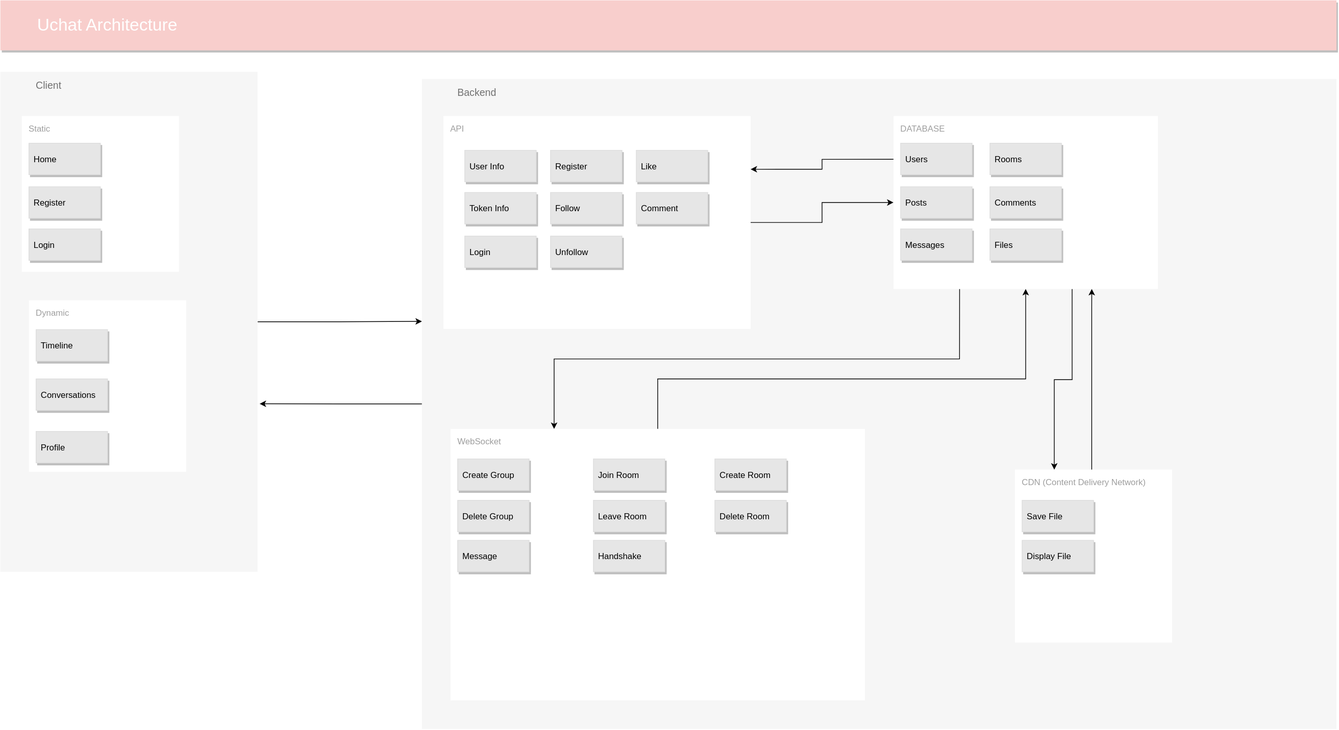
UchatOrg/guideline keeps this draw.io diagram as diagram/diagram.svg. Above is the earlier version. Source tidied: cells renumbered, new cells last; positions are measured from the earlier drawing's top-left corner, leaving out a move shared by most shapes.
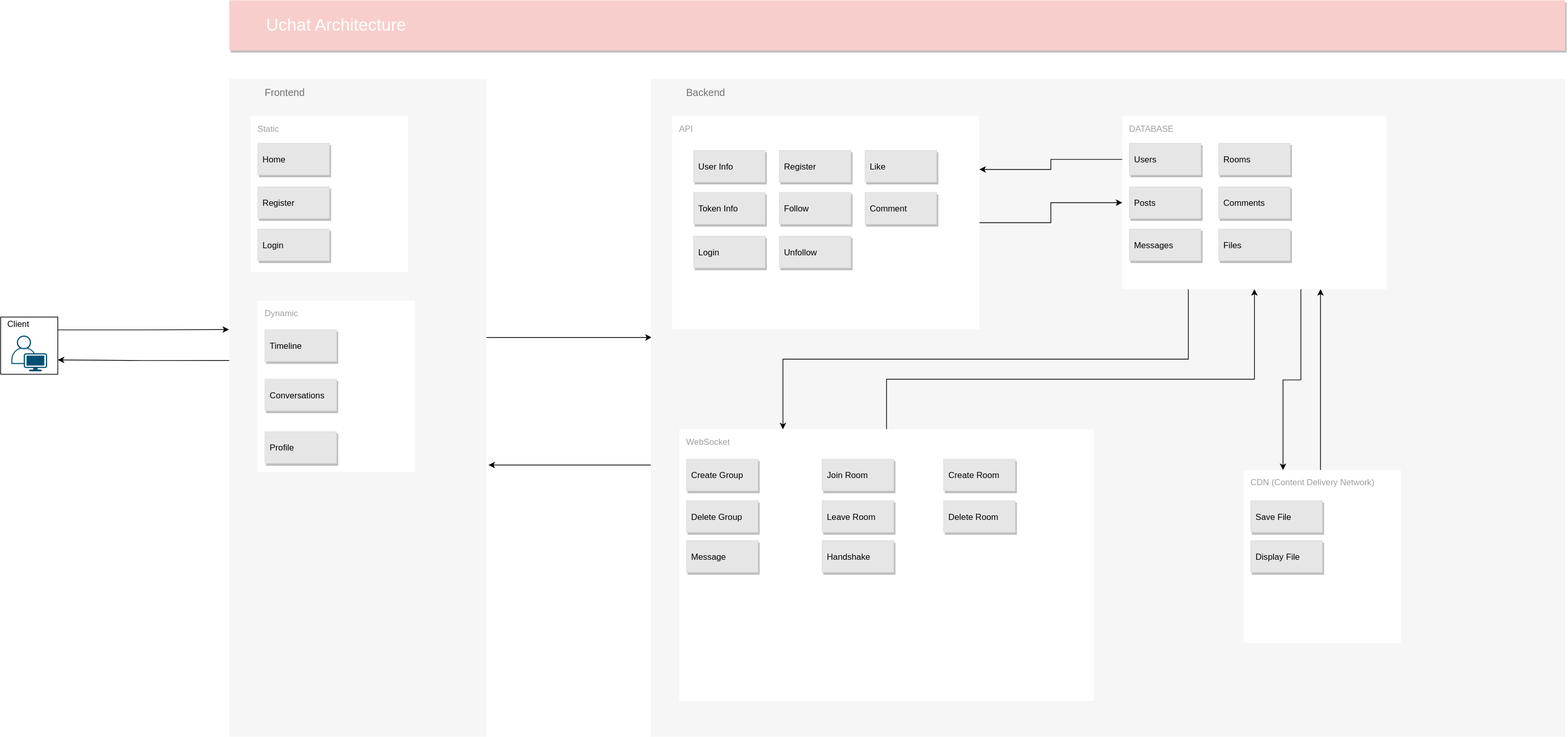
Above is the later version.

Diff of the diagram source:
```diff
@@ -5,7 +5,7 @@
     <mxCell id="2" value="&lt;font style=&quot;font-size: 24px&quot;&gt;Uchat Architecture&lt;/font&gt;" style="fillColor=#F8CECC;strokeColor=none;shadow=1;gradientColor=none;fontSize=14;align=left;spacingLeft=50;fontColor=#ffffff;html=1;" parent="1" vertex="1">
       <mxGeometry width="1870" height="70" as="geometry" />
     </mxCell>
-    <mxCell id="3" style="edgeStyle=orthogonalEdgeStyle;rounded=0;jettySize=auto;html=1;exitX=1;exitY=0.5;exitDx=0;exitDy=0;entryX=0;entryY=0.5;entryDx=0;entryDy=0;" parent="1" edge="1" source="x">
+    <mxCell id="3" style="edgeStyle=orthogonalEdgeStyle;rounded=0;orthogonalLoop=1;jettySize=auto;html=1;exitX=1;exitY=0.5;exitDx=0;exitDy=0;entryX=0;entryY=0.5;entryDx=0;entryDy=0;" parent="1" edge="1">
       <mxGeometry relative="1" as="geometry">
         <mxPoint x="270" y="270" as="targetPoint" />
         <Array as="points">
@@ -16,17 +16,29 @@
         </Array>
       </mxGeometry>
     </mxCell>
-    <mxCell id="4" style="edgeStyle=orthogonalEdgeStyle;rounded=0;jettySize=auto;html=1;entryX=0;entryY=0.373;entryDx=0;entryDy=0;entryPerimeter=0;" parent="1" edge="1" source="5" target="7">
-      <mxGeometry relative="1" as="geometry" />
+    <mxCell id="4" style="edgeStyle=orthogonalEdgeStyle;rounded=0;jettySize=auto;html=1;entryX=0.001;entryY=0.393;entryDx=0;entryDy=0;entryPerimeter=0;" parent="1" edge="1" source="5" target="7">
+      <mxGeometry relative="1" as="geometry">
+        <Array as="points">
+          <mxPoint x="370" y="472" />
+        </Array>
+      </mxGeometry>
     </mxCell>
+    <mxCell id="50" style="edgeStyle=orthogonalEdgeStyle;rounded=0;jettySize=auto;html=1;exitX=0;exitY=0.428;exitDx=0;exitDy=0;entryX=1;entryY=0.75;entryDx=0;entryDy=0;exitPerimeter=0;" parent="1" edge="1" source="5" target="52">
+      <mxGeometry relative="1" as="geometry" />
+    </mxCell>
-    <mxCell id="5" value="Client" style="fillColor=#F6F6F6;strokeColor=none;shadow=0;gradientColor=none;fontSize=14;align=left;spacing=10;fontColor=#717171;9E9E9E;verticalAlign=top;spacingTop=-4;fontStyle=0;spacingLeft=40;html=1;" parent="1" vertex="1">
-      <mxGeometry y="100" width="360" height="700" as="geometry" />
+    <mxCell id="5" value="Frontend" style="fillColor=#F6F6F6;strokeColor=none;shadow=0;gradientColor=none;fontSize=14;align=left;spacing=10;fontColor=#717171;9E9E9E;verticalAlign=top;spacingTop=-4;fontStyle=0;spacingLeft=40;html=1;" parent="1" vertex="1">
+      <mxGeometry y="110" width="360" height="920" as="geometry" />
     </mxCell>
-    <mxCell id="6" style="edgeStyle=orthogonalEdgeStyle;rounded=0;jettySize=auto;html=1;entryX=1.008;entryY=0.664;entryDx=0;entryDy=0;entryPerimeter=0;" parent="1" edge="1" source="7" target="5">
-      <mxGeometry relative="1" as="geometry" />
+    <mxCell id="6" style="edgeStyle=orthogonalEdgeStyle;rounded=0;jettySize=auto;html=1;entryX=1.008;entryY=0.587;entryDx=0;entryDy=0;entryPerimeter=0;" parent="1" edge="1" source="7" target="5">
+      <mxGeometry relative="1" as="geometry">
+        <Array as="points">
+          <mxPoint x="520" y="650" />
+          <mxPoint x="520" y="650" />
+        </Array>
+      </mxGeometry>
     </mxCell>
     <mxCell id="7" value="Backend&lt;br&gt;" style="fillColor=#F6F6F6;strokeColor=none;shadow=0;gradientColor=none;fontSize=14;align=left;spacing=10;fontColor=#717171;9E9E9E;verticalAlign=top;spacingTop=-4;fontStyle=0;spacingLeft=40;html=1;" parent="1" vertex="1">
-      <mxGeometry x="590" y="110" width="1280" height="910" as="geometry" />
+      <mxGeometry x="590" y="110" width="1280" height="920" as="geometry" />
     </mxCell>
     <mxCell id="8" style="edgeStyle=orthogonalEdgeStyle;rounded=0;jettySize=auto;html=1;exitX=1;exitY=0.5;exitDx=0;exitDy=0;exitPerimeter=0;entryX=0;entryY=0.5;entryDx=0;entryDy=0;entryPerimeter=0;" parent="1" edge="1" source="9" target="18">
       <mxGeometry relative="1" as="geometry" />
@@ -168,5 +180,22 @@
     <mxCell id="49" value="Display File" style="dashed=0;strokeColor=#dddddd;shadow=1;strokeWidth=1;labelPosition=center;verticalLabelPosition=middle;align=left;verticalAlign=middle;spacingLeft=5;fontSize=12;fillColor=#E6E6E6;" parent="1" vertex="1">
       <mxGeometry x="1430" y="756" width="100" height="44" as="geometry" />
     </mxCell>
+    <mxCell id="51" style="edgeStyle=orthogonalEdgeStyle;rounded=0;jettySize=auto;html=1;exitX=1;exitY=0.25;exitDx=0;exitDy=0;entryX=-0.001;entryY=0.381;entryDx=0;entryDy=0;entryPerimeter=0;" parent="1" edge="1" source="52" target="5">
+      <mxGeometry relative="1" as="geometry">
+        <Array as="points">
+          <mxPoint x="-240" y="461" />
+          <mxPoint x="-120" y="461" />
+        </Array>
+      </mxGeometry>
+    </mxCell>
+    <mxCell id="52" style="whiteSpace=wrap;html=1;" parent="1" vertex="1">
+      <mxGeometry x="-320" y="443" width="80" height="80" as="geometry" />
+    </mxCell>
+    <mxCell id="53" style="verticalLabelPosition=bottom;html=1;verticalAlign=top;align=center;shape=mxgraph.cisco19.user;fillColor=#005073;strokeColor=none;" parent="1" vertex="1">
+      <mxGeometry x="-305" y="469" width="50" height="50" as="geometry" />
+    </mxCell>
+    <mxCell id="54" value="Client" style="text;html=1;strokeColor=none;fillColor=none;align=center;verticalAlign=middle;whiteSpace=wrap;rounded=0;" parent="1" vertex="1">
+      <mxGeometry x="-315" y="443" width="40" height="20" as="geometry" />
+    </mxCell>
   </root>
 </mxGraphModel>
```
